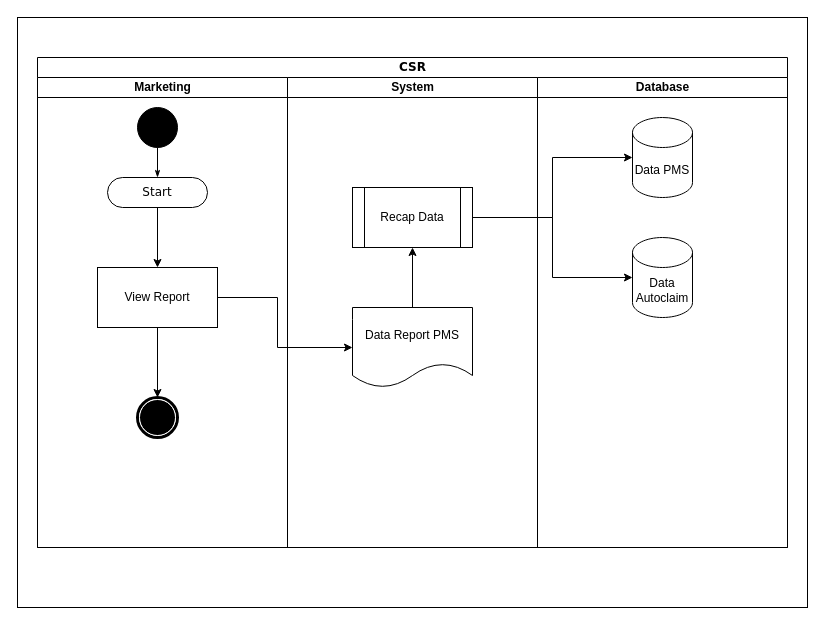
This is page "Page-1" (1 of 2) of Diagram/Flow Process - CSR Improve.drawio from muhamadfarkhan/system-analyst, a draw.io file, before an edit. Source tidied: cells renumbered, new cells numbered last; positions are measured from the earlier drawing's top-left corner, leaving out a move shared by most shapes. Both pictures are drawn from the tidied source at 100%, with x=0, y=0 at pixel (17, 17).
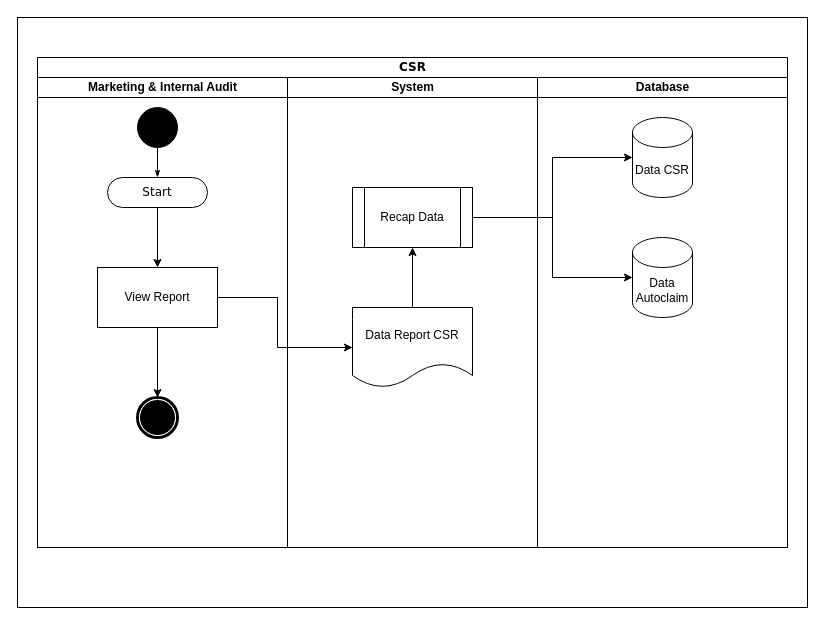
The same diagram, later.

The change refers to these unchanged cells:
```xml
<mxCell id="3" value="CSR" style="swimlane;html=1;startSize=20;rounded=0;shadow=0;comic=0;labelBackgroundColor=none;strokeWidth=1;fontFamily=Verdana;fontSize=12;align=center;" parent="1" vertex="1">
  <mxGeometry x="20" y="40" width="750" height="490" as="geometry" />
</mxCell>
<mxCell id="12" value="System" style="swimlane;html=1;startSize=20;" parent="3" vertex="1">
  <mxGeometry x="250" y="20" width="250" height="470" as="geometry" />
</mxCell>
<mxCell id="16" value="Database" style="swimlane;html=1;startSize=20;" parent="3" vertex="1">
  <mxGeometry x="500" y="20" width="250" height="470" as="geometry" />
</mxCell>
```

Diff of the diagram source:
```diff
@@
-    <mxCell id="4" value="Marketing" style="swimlane;html=1;startSize=20;" parent="3" vertex="1">
+    <mxCell id="4" value="Marketing &amp;amp; Internal Audit" style="swimlane;html=1;startSize=20;" parent="3" vertex="1">
       <mxGeometry y="20" width="250" height="470" as="geometry" />
     </mxCell>
@@
-    <mxCell id="14" value="Data Report PMS" style="shape=document;whiteSpace=wrap;html=1;boundedLbl=1;" parent="12" vertex="1">
+    <mxCell id="14" value="Data Report CSR" style="shape=document;whiteSpace=wrap;html=1;boundedLbl=1;" parent="12" vertex="1">
       <mxGeometry x="65" y="230" width="120" height="80" as="geometry" />
     </mxCell>
@@
-    <mxCell id="18" value="Data PMS" style="shape=cylinder3;whiteSpace=wrap;html=1;boundedLbl=1;backgroundOutline=1;size=15;" parent="16" vertex="1">
+    <mxCell id="18" value="Data CSR" style="shape=cylinder3;whiteSpace=wrap;html=1;boundedLbl=1;backgroundOutline=1;size=15;" parent="16" vertex="1">
       <mxGeometry x="95" y="40" width="60" height="80" as="geometry" />
     </mxCell>
```
